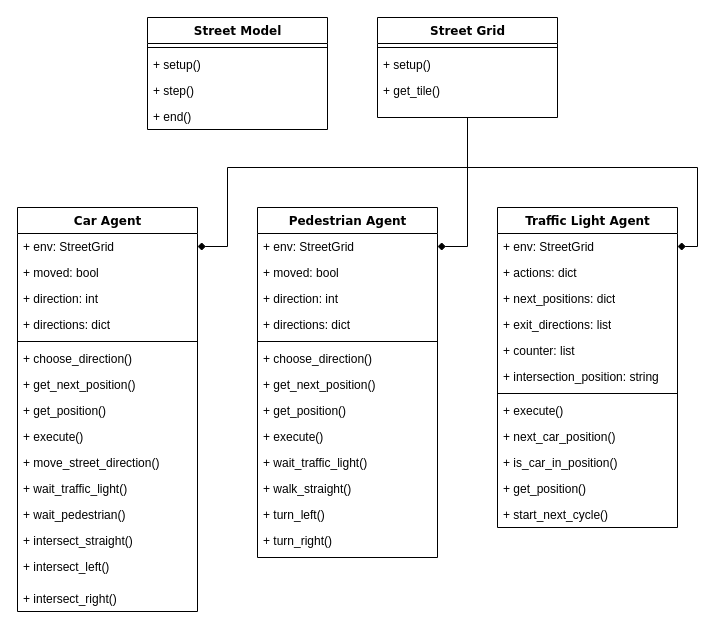
Above: Diagrams/AgentModels.drawio in alonso284/UrbanMobilityMultiAgents (draw.io), before the change. Source tidied: cells renumbered, new cells numbered last; positions are measured from the earlier drawing's top-left corner, leaving out a move shared by most shapes. Both pictures are drawn from the tidied source at 100%, with x=0, y=0 at pixel (17, 17).
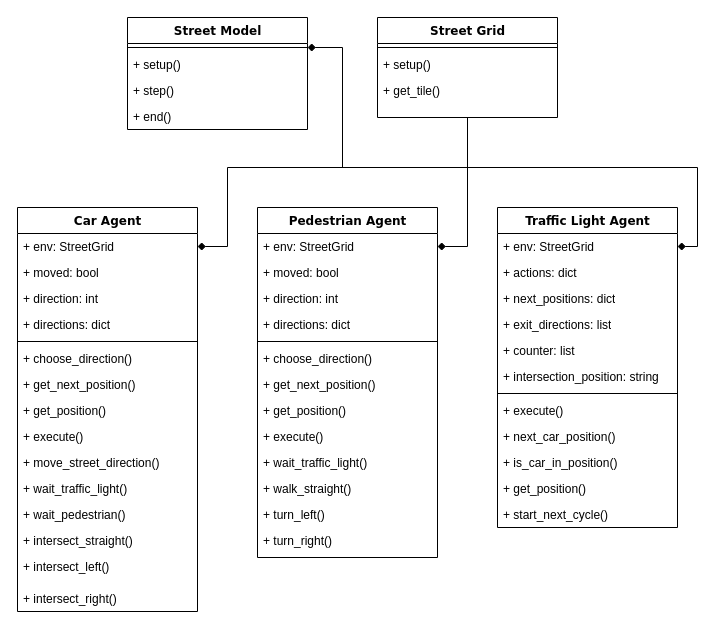
The same page after the edit.

Unchanged cells that the change refers to:
```xml
<mxCell id="46" style="line;html=1;strokeWidth=1;fillColor=none;align=left;verticalAlign=middle;spacingTop=-1;spacingLeft=3;spacingRight=3;labelPosition=right;points=[];portConstraint=eastwest;" parent="45" vertex="1">
  <mxGeometry y="26" width="180" height="8" as="geometry" />
</mxCell>
<mxCell id="53" value="Street Grid" style="swimlane;html=1;fontStyle=1;align=center;verticalAlign=top;horizontal=1;startSize=26;swimlaneFillColor=#ffffff;rounded=0;shadow=0;comic=0;labelBackgroundColor=none;strokeWidth=1;fillColor=none;fontFamily=Verdana;fontSize=12;" parent="1" vertex="1">
  <mxGeometry x="360" width="180" height="100" as="geometry" />
</mxCell>
```

The edit, as a diff of the source:
```diff
@@
     <mxCell id="45" value="Street Model" style="swimlane;html=1;fontStyle=1;align=center;verticalAlign=top;horizontal=1;startSize=26;swimlaneFillColor=#ffffff;rounded=0;shadow=0;comic=0;labelBackgroundColor=none;strokeWidth=1;fillColor=none;fontFamily=Verdana;fontSize=12;" parent="1" vertex="1">
-      <mxGeometry x="130" width="180" height="112" as="geometry" />
+      <mxGeometry x="110" width="180" height="112" as="geometry" />
     </mxCell>
@@
+    <mxCell id="57" style="edgeStyle=orthogonalEdgeStyle;rounded=0;jettySize=auto;html=1;exitX=0.5;exitY=1;exitDx=0;exitDy=0;entryX=1;entryY=0.5;entryDx=0;entryDy=0;entryPerimeter=0;endArrow=diamond;endFill=1;" parent="1" edge="1" source="53" target="46">
+      <mxGeometry relative="1" as="geometry">
+        <Array as="points">
+          <mxPoint x="450" y="150" />
+          <mxPoint x="325" y="150" />
+          <mxPoint x="325" y="30" />
+        </Array>
+      </mxGeometry>
+    </mxCell>
```
